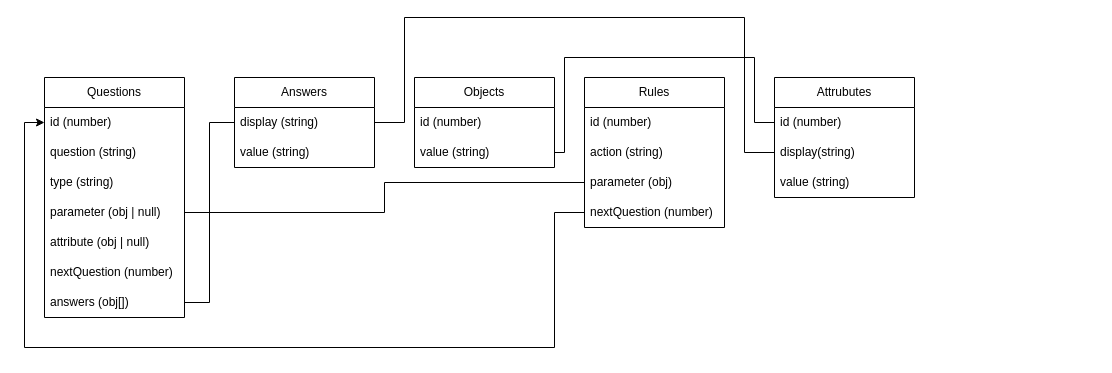
Before: dataLabs/2/physical_model.drawio in Rouvas/Semiotika, a draw.io diagram. Source tidied: cells renumbered, new cells numbered last; positions are measured from the earlier drawing's top-left corner, leaving out a move shared by most shapes. Both pictures are drawn from the tidied source at 100%, with x=0, y=0 at pixel (24, 17).
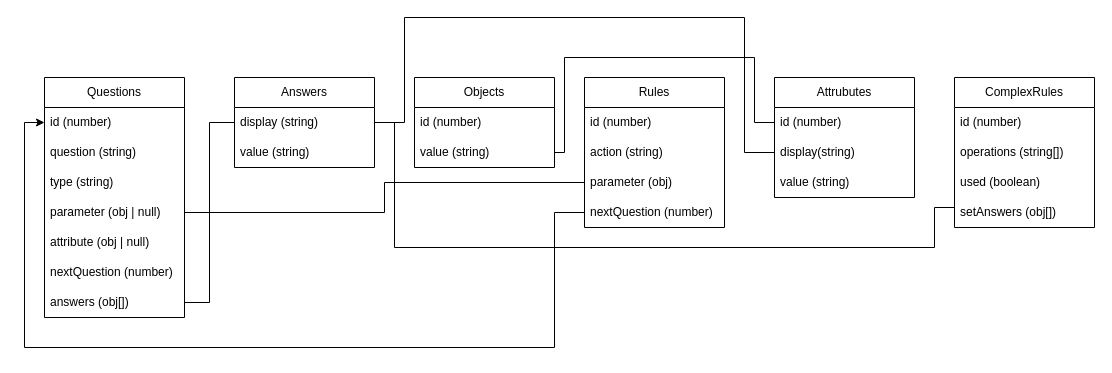
After the change.

The change refers to these unchanged cells:
```xml
<mxCell id="11" value="display (string)" style="text;strokeColor=none;fillColor=none;align=left;verticalAlign=middle;spacingLeft=4;spacingRight=4;overflow=hidden;points=[[0,0.5],[1,0.5]];portConstraint=eastwest;whiteSpace=wrap;html=1;" parent="10" vertex="1">
  <mxGeometry y="30" width="140" height="30" as="geometry" />
</mxCell>
```

The edit, as a diff of the source:
```diff
@@
+    <mxCell id="30" value="ComplexRules" style="swimlane;fontStyle=0;horizontal=1;startSize=30;whiteSpace=wrap;html=1;" parent="1" vertex="1">
+      <mxGeometry x="930" y="60" width="140" height="150" as="geometry" />
+    </mxCell>
+    <mxCell id="31" value="id (number)" style="text;strokeColor=none;fillColor=none;align=left;verticalAlign=middle;spacingLeft=4;spacingRight=4;overflow=hidden;whiteSpace=wrap;html=1;" parent="30" vertex="1">
+      <mxGeometry y="30" width="140" height="30" as="geometry" />
+    </mxCell>
+    <mxCell id="32" value="operations (string[])" style="text;strokeColor=none;fillColor=none;align=left;verticalAlign=middle;spacingLeft=4;spacingRight=4;overflow=hidden;whiteSpace=wrap;html=1;" parent="30" vertex="1">
+      <mxGeometry y="60" width="140" height="30" as="geometry" />
+    </mxCell>
+    <mxCell id="33" value="used (boolean)" style="text;strokeColor=none;fillColor=none;align=left;verticalAlign=middle;spacingLeft=4;spacingRight=4;overflow=hidden;whiteSpace=wrap;html=1;" parent="30" vertex="1">
+      <mxGeometry y="90" width="140" height="30" as="geometry" />
+    </mxCell>
+    <mxCell id="34" value="setAnswers (obj[])" style="text;strokeColor=none;fillColor=none;align=left;verticalAlign=middle;spacingLeft=4;spacingRight=4;overflow=hidden;points=[[0,0.5],[1,0.5]];portConstraint=eastwest;whiteSpace=wrap;html=1;" parent="30" vertex="1">
+      <mxGeometry y="120" width="140" height="30" as="geometry" />
+    </mxCell>
+    <mxCell id="35" style="edgeStyle=orthogonalEdgeStyle;rounded=0;jettySize=auto;html=1;entryX=1;entryY=0.5;entryDx=0;entryDy=0;endArrow=none;endFill=0;exitX=0;exitY=0.5;exitDx=0;exitDy=0;" parent="1" edge="1" source="34" target="11">
+      <mxGeometry relative="1" as="geometry">
+        <Array as="points">
+          <mxPoint x="930" y="190" />
+          <mxPoint x="910" y="190" />
+          <mxPoint x="910" y="230" />
+          <mxPoint x="370" y="230" />
+          <mxPoint x="370" y="105" />
+        </Array>
+      </mxGeometry>
+    </mxCell>
```
